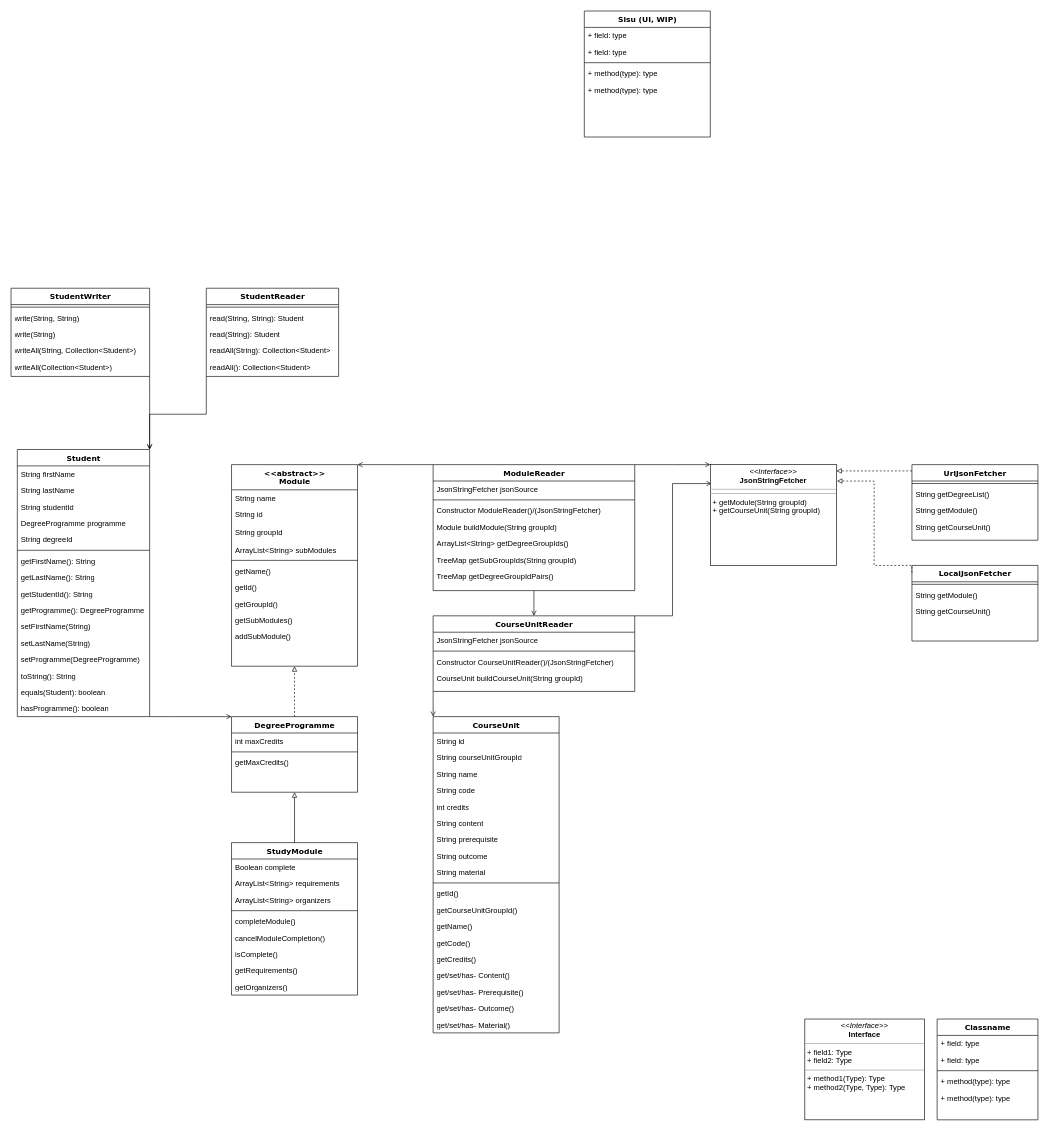
The draw.io diagram ClassDiagram.drawio in hasub0b/BetterSisu, before the edit. Source tidied: cells renumbered, new cells numbered last; positions are measured from the earlier drawing's top-left corner, leaving out a move shared by most shapes. Both pictures are drawn from the tidied source at 63%, with x=0, y=0 at pixel (11, 11).
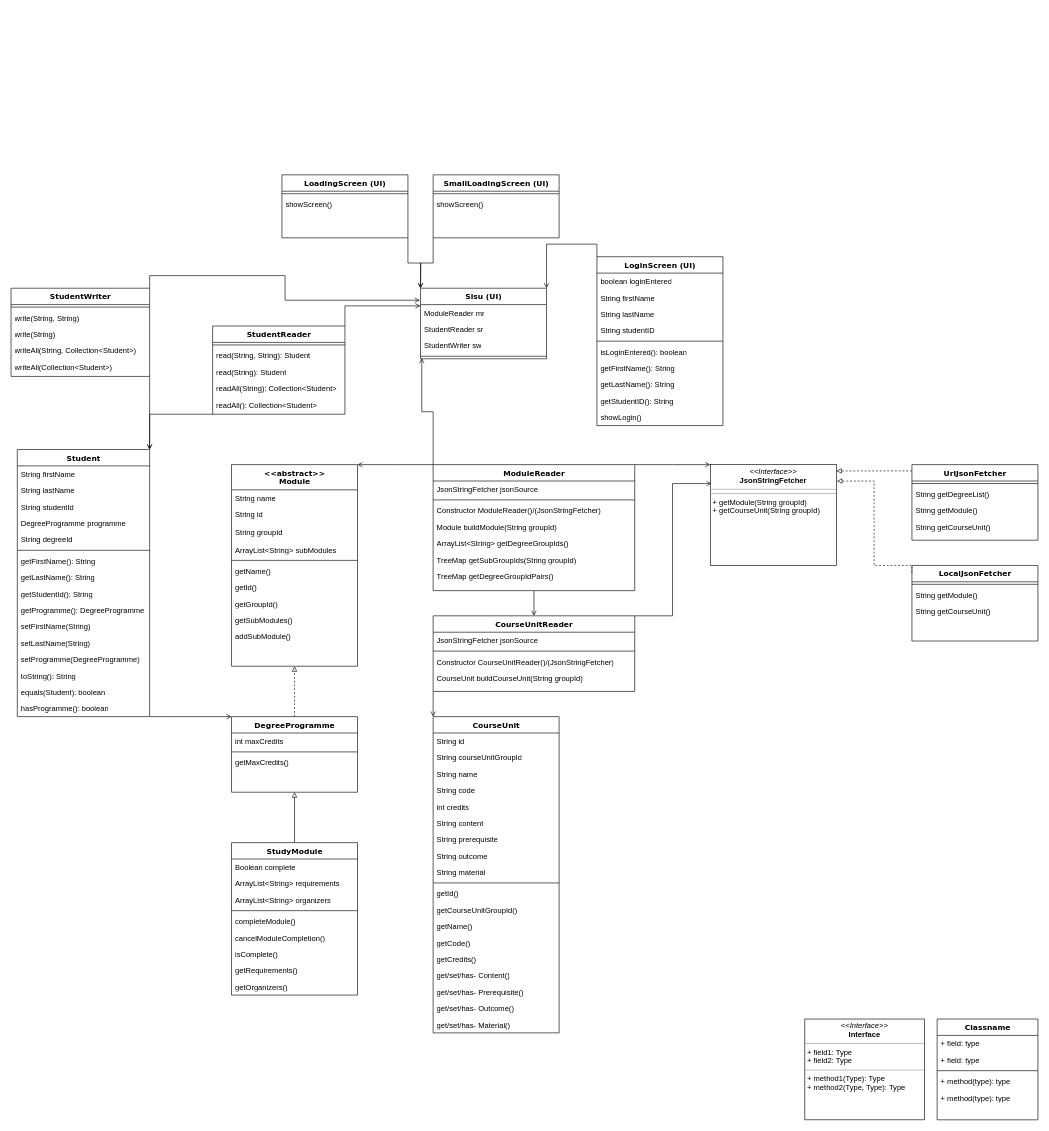
The same diagram, later.

Commit message:
add ui classes to diagram

The change refers to these unchanged cells:
```xml
<mxCell id="66" value="&lt;div&gt;ModuleReader&lt;/div&gt;" style="swimlane;html=1;fontStyle=1;align=center;verticalAlign=top;horizontal=1;startSize=26;swimlaneFillColor=#ffffff;rounded=0;shadow=0;comic=0;labelBackgroundColor=none;strokeWidth=1;fillColor=none;fontFamily=Verdana;fontSize=12;" parent="1" vertex="1">
  <mxGeometry x="670" y="720" width="320" height="200" as="geometry" />
</mxCell>
<mxCell id="116" value="StudentWriter" style="swimlane;html=1;fontStyle=1;align=center;verticalAlign=top;horizontal=1;startSize=26;swimlaneFillColor=#ffffff;rounded=0;shadow=0;comic=0;labelBackgroundColor=none;strokeWidth=1;fillColor=none;fontFamily=Verdana;fontSize=12;" parent="1" vertex="1">
  <mxGeometry y="440" width="220" height="140" as="geometry" />
</mxCell>
```

Diff of the diagram source:
```diff
@@
+    <mxCell id="124" style="edgeStyle=orthogonalEdgeStyle;shape=connector;rounded=0;jettySize=auto;html=1;exitX=0;exitY=0;exitDx=0;exitDy=0;entryX=0.01;entryY=0.875;entryDx=0;entryDy=0;entryPerimeter=0;labelBackgroundColor=default;fontFamily=Helvetica;fontSize=11;fontColor=default;endArrow=open;endFill=0;strokeColor=default;" parent="1" edge="1" source="66" target="89">
+      <mxGeometry relative="1" as="geometry" />
+    </mxCell>
@@
-    <mxCell id="86" value="Sisu (UI, WIP)" style="swimlane;html=1;fontStyle=1;align=center;verticalAlign=top;horizontal=1;startSize=26;swimlaneFillColor=#ffffff;rounded=0;shadow=0;comic=0;labelBackgroundColor=none;strokeWidth=1;fillColor=none;fontFamily=Verdana;fontSize=12;" parent="1" vertex="1">
-      <mxGeometry x="910" width="200" height="200" as="geometry" />
+    <mxCell id="86" value="Sisu (UI)" style="swimlane;html=1;fontStyle=1;align=center;verticalAlign=top;horizontal=1;startSize=26;swimlaneFillColor=#ffffff;rounded=0;shadow=0;comic=0;labelBackgroundColor=none;strokeWidth=1;fillColor=none;fontFamily=Verdana;fontSize=12;" parent="1" vertex="1">
+      <mxGeometry x="650" y="440" width="200" height="112" as="geometry" />
     </mxCell>
-    <mxCell id="87" value="+ field: type" style="text;html=1;strokeColor=none;fillColor=none;align=left;verticalAlign=top;spacingLeft=4;spacingRight=4;whiteSpace=wrap;overflow=hidden;points=[[0,0.5],[1,0.5]];portConstraint=eastwest;" parent="86" vertex="1">
+    <mxCell id="87" value="ModuleReader mr" style="text;html=1;strokeColor=none;fillColor=none;align=left;verticalAlign=top;spacingLeft=4;spacingRight=4;whiteSpace=wrap;overflow=hidden;points=[[0,0.5],[1,0.5]];portConstraint=eastwest;" parent="86" vertex="1">
       <mxGeometry y="26" width="200" height="26" as="geometry" />
     </mxCell>
-    <mxCell id="88" value="+ field: type" style="text;html=1;strokeColor=none;fillColor=none;align=left;verticalAlign=top;spacingLeft=4;spacingRight=4;whiteSpace=wrap;overflow=hidden;" parent="86" vertex="1">
+    <mxCell id="88" value="StudentReader sr" style="text;html=1;strokeColor=none;fillColor=none;align=left;verticalAlign=top;spacingLeft=4;spacingRight=4;whiteSpace=wrap;overflow=hidden;" parent="86" vertex="1">
       <mxGeometry y="52" width="200" height="26" as="geometry" />
     </mxCell>
+    <mxCell id="125" value="StudentWriter sw" style="text;html=1;strokeColor=none;fillColor=none;align=left;verticalAlign=top;spacingLeft=4;spacingRight=4;whiteSpace=wrap;overflow=hidden;" parent="86" vertex="1">
+      <mxGeometry y="78" width="200" height="26" as="geometry" />
+    </mxCell>
     <mxCell id="89" style="line;html=1;strokeWidth=1;fillColor=none;align=left;verticalAlign=middle;spacingTop=-1;spacingLeft=3;spacingRight=3;labelPosition=right;points=[];portConstraint=eastwest;" parent="86" vertex="1">
-      <mxGeometry y="78" width="200" height="8" as="geometry" />
+      <mxGeometry y="104" width="200" height="8" as="geometry" />
     </mxCell>
-    <mxCell id="90" value="+ method(type): type" style="text;html=1;strokeColor=none;fillColor=none;align=left;verticalAlign=top;spacingLeft=4;spacingRight=4;whiteSpace=wrap;overflow=hidden;" parent="86" vertex="1">
-      <mxGeometry y="86" width="200" height="26" as="geometry" />
-    </mxCell>
-    <mxCell id="91" value="+ method(type): type" style="text;html=1;strokeColor=none;fillColor=none;align=left;verticalAlign=top;spacingLeft=4;spacingRight=4;whiteSpace=wrap;overflow=hidden;" parent="86" vertex="1">
-      <mxGeometry y="112" width="200" height="26" as="geometry" />
-    </mxCell>
@@
+    <mxCell id="126" style="edgeStyle=orthogonalEdgeStyle;shape=connector;rounded=0;jettySize=auto;html=1;exitX=1;exitY=0;exitDx=0;exitDy=0;entryX=0;entryY=0.077;entryDx=0;entryDy=0;entryPerimeter=0;labelBackgroundColor=default;fontFamily=Helvetica;fontSize=11;fontColor=default;endArrow=open;endFill=0;strokeColor=default;" parent="1" edge="1" source="110" target="87">
+      <mxGeometry relative="1" as="geometry" />
+    </mxCell>
     <mxCell id="110" value="StudentReader" style="swimlane;html=1;fontStyle=1;align=center;verticalAlign=top;horizontal=1;startSize=26;swimlaneFillColor=#ffffff;rounded=0;shadow=0;comic=0;labelBackgroundColor=none;strokeWidth=1;fillColor=none;fontFamily=Verdana;fontSize=12;" parent="1" vertex="1">
-      <mxGeometry x="310" y="440" width="210" height="140" as="geometry" />
+      <mxGeometry x="320" y="500" width="210" height="140" as="geometry" />
     </mxCell>
@@
+    <mxCell id="127" style="edgeStyle=orthogonalEdgeStyle;shape=connector;rounded=0;jettySize=auto;html=1;exitX=1;exitY=0;exitDx=0;exitDy=0;entryX=-0.005;entryY=0.17;entryDx=0;entryDy=0;entryPerimeter=0;labelBackgroundColor=default;fontFamily=Helvetica;fontSize=11;fontColor=default;endArrow=open;endFill=0;strokeColor=default;" parent="1" edge="1" source="116" target="86">
+      <mxGeometry relative="1" as="geometry" />
+    </mxCell>
@@
+    <mxCell id="128" style="edgeStyle=orthogonalEdgeStyle;shape=connector;rounded=0;jettySize=auto;html=1;exitX=0;exitY=1;exitDx=0;exitDy=0;entryX=0;entryY=0;entryDx=0;entryDy=0;labelBackgroundColor=default;fontFamily=Helvetica;fontSize=11;fontColor=default;endArrow=open;endFill=0;strokeColor=default;" parent="1" edge="1" source="129" target="86">
+      <mxGeometry relative="1" as="geometry" />
+    </mxCell>
+    <mxCell id="129" value="SmallLoadingScreen (UI)" style="swimlane;html=1;fontStyle=1;align=center;verticalAlign=top;horizontal=1;startSize=26;swimlaneFillColor=#ffffff;rounded=0;shadow=0;comic=0;labelBackgroundColor=none;strokeWidth=1;fillColor=none;fontFamily=Verdana;fontSize=12;" parent="1" vertex="1">
+      <mxGeometry x="670" y="260" width="200" height="100" as="geometry" />
+    </mxCell>
+    <mxCell id="130" style="line;html=1;strokeWidth=1;fillColor=none;align=left;verticalAlign=middle;spacingTop=-1;spacingLeft=3;spacingRight=3;labelPosition=right;" parent="129" vertex="1">
+      <mxGeometry y="26" width="200" height="8" as="geometry" />
+    </mxCell>
+    <mxCell id="131" value="showScreen()" style="text;html=1;strokeColor=none;fillColor=none;align=left;verticalAlign=top;spacingLeft=4;spacingRight=4;whiteSpace=wrap;overflow=hidden;" parent="129" vertex="1">
+      <mxGeometry y="34" width="200" height="26" as="geometry" />
+    </mxCell>
+    <mxCell id="132" style="edgeStyle=orthogonalEdgeStyle;shape=connector;rounded=0;jettySize=auto;html=1;exitX=1;exitY=1;exitDx=0;exitDy=0;labelBackgroundColor=default;fontFamily=Helvetica;fontSize=11;fontColor=default;endArrow=open;endFill=0;strokeColor=default;" parent="1" edge="1" source="133">
+      <mxGeometry relative="1" as="geometry">
+        <mxPoint x="650" y="440" as="targetPoint" />
+      </mxGeometry>
+    </mxCell>
+    <mxCell id="133" value="LoadingScreen (UI)" style="swimlane;html=1;fontStyle=1;align=center;verticalAlign=top;horizontal=1;startSize=26;swimlaneFillColor=#ffffff;rounded=0;shadow=0;comic=0;labelBackgroundColor=none;strokeWidth=1;fillColor=none;fontFamily=Verdana;fontSize=12;" parent="1" vertex="1">
+      <mxGeometry x="430" y="260" width="200" height="100" as="geometry" />
+    </mxCell>
+    <mxCell id="134" style="line;html=1;strokeWidth=1;fillColor=none;align=left;verticalAlign=middle;spacingTop=-1;spacingLeft=3;spacingRight=3;labelPosition=right;" parent="133" vertex="1">
+      <mxGeometry y="26" width="200" height="8" as="geometry" />
+    </mxCell>
+    <mxCell id="135" value="showScreen()" style="text;html=1;strokeColor=none;fillColor=none;align=left;verticalAlign=top;spacingLeft=4;spacingRight=4;whiteSpace=wrap;overflow=hidden;" parent="133" vertex="1">
+      <mxGeometry y="34" width="200" height="26" as="geometry" />
+    </mxCell>
+    <mxCell id="136" style="edgeStyle=orthogonalEdgeStyle;shape=connector;rounded=0;jettySize=auto;html=1;exitX=0;exitY=0;exitDx=0;exitDy=0;entryX=1;entryY=0;entryDx=0;entryDy=0;labelBackgroundColor=default;fontFamily=Helvetica;fontSize=11;fontColor=default;endArrow=open;endFill=0;strokeColor=default;" parent="1" edge="1" source="137" target="86">
+      <mxGeometry relative="1" as="geometry" />
+    </mxCell>
+    <mxCell id="137" value="LoginScreen (UI)" style="swimlane;html=1;fontStyle=1;align=center;verticalAlign=top;horizontal=1;startSize=26;swimlaneFillColor=#ffffff;rounded=0;shadow=0;comic=0;labelBackgroundColor=none;strokeWidth=1;fillColor=none;fontFamily=Verdana;fontSize=12;" parent="1" vertex="1">
+      <mxGeometry x="930" y="390" width="200" height="268" as="geometry" />
+    </mxCell>
+    <mxCell id="138" value="boolean loginEntered" style="text;html=1;strokeColor=none;fillColor=none;align=left;verticalAlign=top;spacingLeft=4;spacingRight=4;whiteSpace=wrap;overflow=hidden;" parent="137" vertex="1">
+      <mxGeometry y="26" width="200" height="26" as="geometry" />
+    </mxCell>
+    <mxCell id="139" value="String firstName" style="text;html=1;strokeColor=none;fillColor=none;align=left;verticalAlign=top;spacingLeft=4;spacingRight=4;whiteSpace=wrap;overflow=hidden;" parent="137" vertex="1">
+      <mxGeometry y="52" width="200" height="26" as="geometry" />
+    </mxCell>
+    <mxCell id="140" value="String lastName" style="text;html=1;strokeColor=none;fillColor=none;align=left;verticalAlign=top;spacingLeft=4;spacingRight=4;whiteSpace=wrap;overflow=hidden;" parent="137" vertex="1">
+      <mxGeometry y="78" width="200" height="26" as="geometry" />
+    </mxCell>
+    <mxCell id="141" value="String studentID" style="text;html=1;strokeColor=none;fillColor=none;align=left;verticalAlign=top;spacingLeft=4;spacingRight=4;whiteSpace=wrap;overflow=hidden;" parent="137" vertex="1">
+      <mxGeometry y="104" width="200" height="26" as="geometry" />
+    </mxCell>
+    <mxCell id="142" style="line;html=1;strokeWidth=1;fillColor=none;align=left;verticalAlign=middle;spacingTop=-1;spacingLeft=3;spacingRight=3;labelPosition=right;" parent="137" vertex="1">
+      <mxGeometry y="130" width="200" height="8" as="geometry" />
+    </mxCell>
+    <mxCell id="143" value="isLoginEntered(): boolean" style="text;html=1;strokeColor=none;fillColor=none;align=left;verticalAlign=top;spacingLeft=4;spacingRight=4;whiteSpace=wrap;overflow=hidden;" parent="137" vertex="1">
+      <mxGeometry y="138" width="200" height="26" as="geometry" />
+    </mxCell>
+    <mxCell id="144" value="getFirstName(): String" style="text;html=1;strokeColor=none;fillColor=none;align=left;verticalAlign=top;spacingLeft=4;spacingRight=4;whiteSpace=wrap;overflow=hidden;" parent="137" vertex="1">
+      <mxGeometry y="164" width="200" height="26" as="geometry" />
+    </mxCell>
+    <mxCell id="145" value="getLastName(): String" style="text;html=1;strokeColor=none;fillColor=none;align=left;verticalAlign=top;spacingLeft=4;spacingRight=4;whiteSpace=wrap;overflow=hidden;" parent="137" vertex="1">
+      <mxGeometry y="190" width="200" height="26" as="geometry" />
+    </mxCell>
+    <mxCell id="146" value="getStudentID(): String" style="text;html=1;strokeColor=none;fillColor=none;align=left;verticalAlign=top;spacingLeft=4;spacingRight=4;whiteSpace=wrap;overflow=hidden;" parent="137" vertex="1">
+      <mxGeometry y="216" width="200" height="26" as="geometry" />
+    </mxCell>
+    <mxCell id="147" value="showLogin()" style="text;html=1;strokeColor=none;fillColor=none;align=left;verticalAlign=top;spacingLeft=4;spacingRight=4;whiteSpace=wrap;overflow=hidden;" parent="137" vertex="1">
+      <mxGeometry y="242" width="200" height="26" as="geometry" />
+    </mxCell>
```
